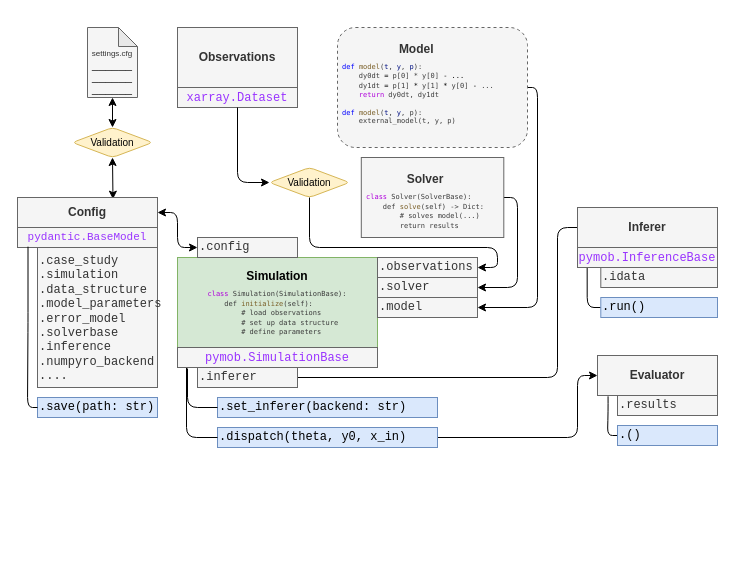
This is docs/source/user_guide/figures/pymob_overview.drawio from flo-schu/pymob, a draw.io file, before an edit. Source tidied: cells renumbered, new cells numbered last; positions are measured from the earlier drawing's top-left corner, leaving out a move shared by most shapes. Both pictures are drawn from the tidied source at 100%, with x=0, y=0 at pixel (17, 27).
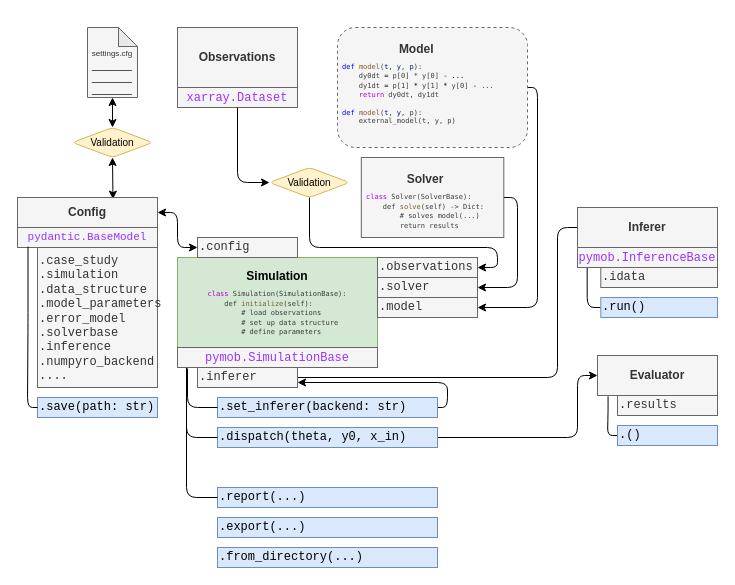
The same page after the edit.

Commit message:
Update pymob overview

Unchanged cells that the change refers to:
```xml
<mxCell id="23" value=".set_inferer(backend: str)" style="whiteSpace=wrap;html=1;fillColor=#dae8fc;strokeColor=#6c8ebf;fontFamily=Courier New;align=left;" parent="1" vertex="1">
  <mxGeometry x="200" y="370" width="220" height="20" as="geometry" />
</mxCell>
<mxCell id="26" value="&lt;font style=&quot;color: rgb(153, 51, 255);&quot; face=&quot;Courier New&quot;&gt;pymob.SimulationBase&lt;/font&gt;" style="whiteSpace=wrap;html=1;fillColor=#f5f5f5;strokeColor=#666666;fontColor=#333333;" parent="1" vertex="1">
  <mxGeometry x="160" y="320" width="200" height="20" as="geometry" />
</mxCell>
<mxCell id="29" value=".inferer" style="rounded=0;whiteSpace=wrap;html=1;fillColor=#f5f5f5;fontColor=#333333;strokeColor=#666666;align=left;fontFamily=Courier New;" parent="1" vertex="1">
  <mxGeometry x="180" y="340" width="100" height="20" as="geometry" />
</mxCell>
```

What changed in the source:
```diff
@@
+    <mxCell id="49" style="edgeStyle=orthogonalEdgeStyle;html=1;exitX=1;exitY=0.5;exitDx=0;exitDy=0;entryX=1;entryY=0.75;entryDx=0;entryDy=0;" parent="1" edge="1" source="23" target="29">
+      <mxGeometry relative="1" as="geometry" />
+    </mxCell>
@@
+    <mxCell id="50" value=".report(...)" style="whiteSpace=wrap;html=1;fillColor=#dae8fc;strokeColor=#6c8ebf;fontFamily=Courier New;align=left;" parent="1" vertex="1">
+      <mxGeometry x="200" y="460" width="220" height="20" as="geometry" />
+    </mxCell>
+    <mxCell id="51" style="edgeStyle=orthogonalEdgeStyle;html=1;entryX=0;entryY=0.5;entryDx=0;entryDy=0;endArrow=none;endFill=0;exitX=0.045;exitY=1.1;exitDx=0;exitDy=0;exitPerimeter=0;" parent="1" edge="1" source="26" target="50">
+      <mxGeometry relative="1" as="geometry" />
+    </mxCell>
+    <mxCell id="52" value=".export(...)" style="whiteSpace=wrap;html=1;fillColor=#dae8fc;strokeColor=#6c8ebf;fontFamily=Courier New;align=left;" parent="1" vertex="1">
+      <mxGeometry x="200" y="490" width="220" height="20" as="geometry" />
+    </mxCell>
+    <mxCell id="53" value=".from_directory(...)" style="whiteSpace=wrap;html=1;fillColor=#dae8fc;strokeColor=#6c8ebf;fontFamily=Courier New;align=left;" parent="1" vertex="1">
+      <mxGeometry x="200" y="520" width="220" height="20" as="geometry" />
+    </mxCell>
```
